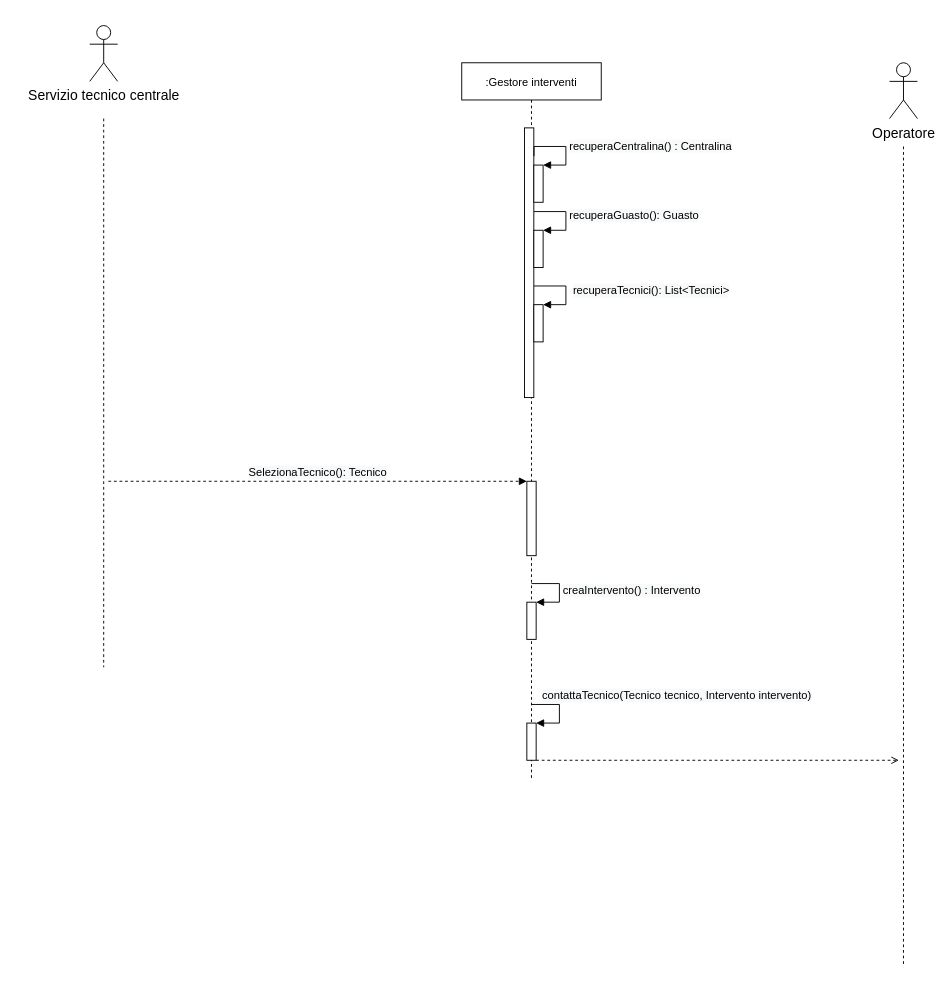
This is diagrammi_sequenza/gestione_interventi_2.drawio from mbeccari856608/architetturasw2024, a draw.io file, before an edit. Source tidied: cells renumbered, new cells numbered last; positions are measured from the earlier drawing's top-left corner, leaving out a move shared by most shapes. Both pictures are drawn from the tidied source at 93%, with x=0, y=0 at pixel (89, 25).
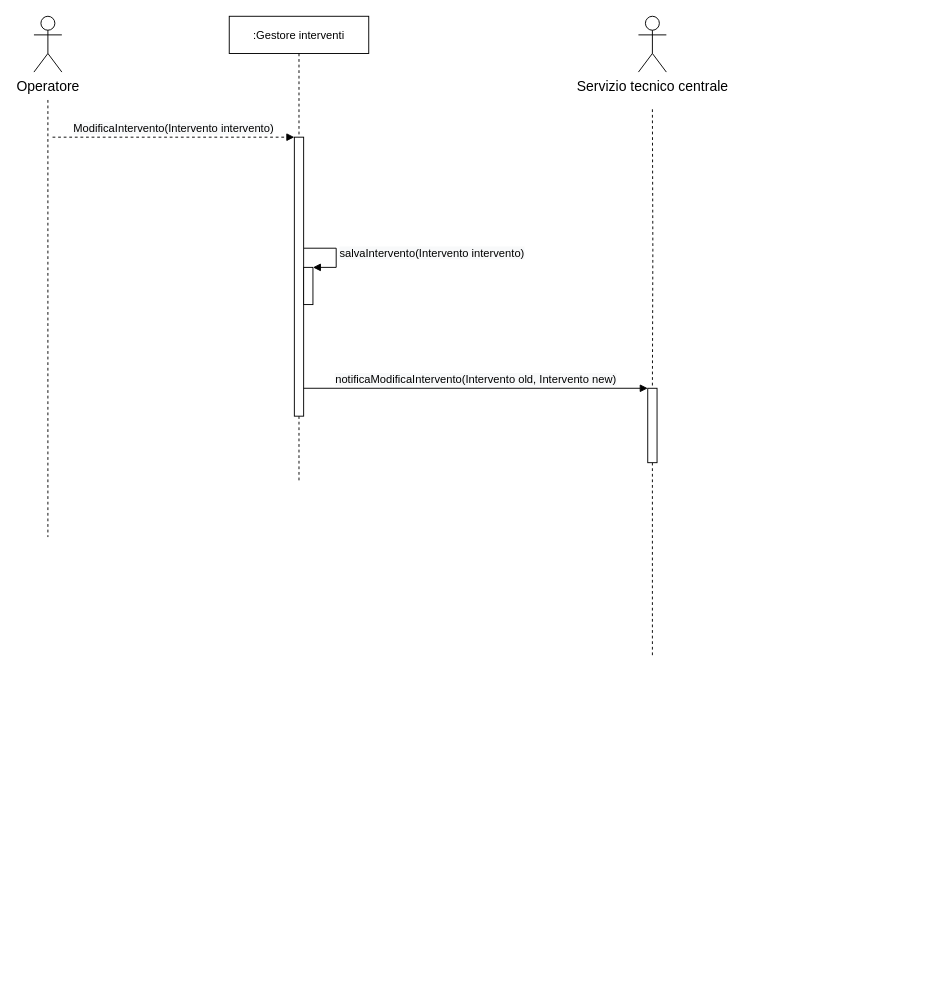
The same page after the edit.

Diff of the diagram source:
```diff
@@
     <mxCell id="2" value=":Gestore interventi" style="shape=umlLifeline;perimeter=lifelinePerimeter;rounded=0;shadow=0;strokeWidth=1;" parent="1" vertex="1">
-      <mxGeometry x="400" y="40" width="150" height="770" as="geometry" />
+      <mxGeometry x="150" y="-10" width="150" height="500" as="geometry" />
     </mxCell>
-    <mxCell id="3" style="points=[];perimeter=orthogonalPerimeter;rounded=0;shadow=0;strokeWidth=1;" parent="2" vertex="1">
-      <mxGeometry x="67.5" y="70" width="10" height="290" as="geometry" />
-    </mxCell>
-    <mxCell id="4" style="html=1;points=[];perimeter=orthogonalPerimeter;" parent="2" vertex="1">
-      <mxGeometry x="77.5" y="110" width="10" height="40" as="geometry" />
-    </mxCell>
-    <mxCell id="5" value="&lt;span style=&quot;font-size: 12px; background-color: rgb(248, 249, 250);&quot;&gt;recuperaCentralina() : Centralina&lt;/span&gt;" style="edgeStyle=orthogonalEdgeStyle;html=1;align=left;spacingLeft=2;endArrow=block;rounded=0;entryX=1;entryY=0;exitX=1.017;exitY=0.105;exitDx=0;exitDy=0;exitPerimeter=0;" parent="2" edge="1" source="3" target="4">
-      <mxGeometry relative="1" as="geometry">
-        <Array as="points">
-          <mxPoint x="112" y="90" />
-          <mxPoint x="112" y="110" />
-        </Array>
-      </mxGeometry>
-    </mxCell>
-    <mxCell id="6" style="html=1;points=[];perimeter=orthogonalPerimeter;" parent="2" vertex="1">
-      <mxGeometry x="77.5" y="180.1" width="10" height="40" as="geometry" />
-    </mxCell>
-    <mxCell id="7" value="&lt;span style=&quot;font-size: 12px; background-color: rgb(248, 249, 250);&quot;&gt;recuperaGuasto(): Guasto&lt;/span&gt;" style="edgeStyle=orthogonalEdgeStyle;html=1;align=left;spacingLeft=2;endArrow=block;rounded=0;entryX=1;entryY=0;exitX=1.017;exitY=0.105;exitDx=0;exitDy=0;exitPerimeter=0;" parent="2" edge="1" target="6">
-      <mxGeometry relative="1" as="geometry">
-        <mxPoint x="77.7" y="160" as="sourcePoint" />
-        <Array as="points">
-          <mxPoint x="112" y="160.1" />
-          <mxPoint x="112" y="180.1" />
-        </Array>
-      </mxGeometry>
-    </mxCell>
-    <mxCell id="8" style="html=1;points=[];perimeter=orthogonalPerimeter;" parent="2" vertex="1">
-      <mxGeometry x="77.5" y="260.1" width="10" height="40" as="geometry" />
-    </mxCell>
-    <mxCell id="9" value="&lt;p style=&quot;font-size: 12px; background-color: rgb(248, 249, 250); margin: 0px 0px 0px 4px;&quot;&gt;recuperaTecnici(): List&amp;lt;Tecnici&amp;gt;&lt;/p&gt;" style="edgeStyle=orthogonalEdgeStyle;html=1;align=left;spacingLeft=2;endArrow=block;rounded=0;entryX=1;entryY=0;exitX=1.017;exitY=0.105;exitDx=0;exitDy=0;exitPerimeter=0;" parent="2" edge="1" target="8">
-      <mxGeometry relative="1" as="geometry">
-        <mxPoint x="77.7" y="240" as="sourcePoint" />
-        <Array as="points">
-          <mxPoint x="112" y="240.1" />
-          <mxPoint x="112" y="260.1" />
-        </Array>
-      </mxGeometry>
-    </mxCell>
-    <mxCell id="10" style="html=1;points=[];perimeter=orthogonalPerimeter;" parent="2" vertex="1">
-      <mxGeometry x="70" y="450" width="10" height="80" as="geometry" />
-    </mxCell>
-    <mxCell id="11" value="&lt;span style=&quot;font-size: 12px; text-align: left; background-color: rgb(248, 249, 250);&quot;&gt;SelezionaTecnico(): Tecnico&lt;/span&gt;" style="html=1;verticalAlign=bottom;endArrow=block;entryX=0;entryY=0;rounded=0;dashed=1;" parent="2" edge="1" target="10">
-      <mxGeometry relative="1" as="geometry">
-        <mxPoint x="-380" y="450" as="sourcePoint" />
-      </mxGeometry>
-    </mxCell>
-    <mxCell id="12" style="html=1;points=[];perimeter=orthogonalPerimeter;" parent="2" vertex="1">
-      <mxGeometry x="70" y="710" width="10" height="40" as="geometry" />
-    </mxCell>
-    <mxCell id="13" style="edgeStyle=orthogonalEdgeStyle;html=1;align=left;spacingLeft=2;endArrow=block;rounded=0;entryX=1;entryY=0;" parent="2" edge="1" target="12">
-      <mxGeometry relative="1" as="geometry">
-        <mxPoint x="75" y="690" as="sourcePoint" />
-        <Array as="points">
-          <mxPoint x="105" y="690" />
-        </Array>
-      </mxGeometry>
-    </mxCell>
-    <mxCell id="14" value="&lt;span style=&quot;font-size: 12px; text-align: left; background-color: rgb(248, 249, 250);&quot;&gt;contattaTecnico(Tecnico tecnico, Intervento intervento)&lt;/span&gt;" style="edgeLabel;html=1;align=center;verticalAlign=middle;" parent="13" vertex="1">
-      <mxGeometry x="-0.4" y="1" relative="1" as="geometry">
-        <mxPoint x="132" y="-9" as="offset" />
-      </mxGeometry>
-    </mxCell>
+    <mxCell id="22" style="html=1;points=[];perimeter=orthogonalPerimeter;" parent="2" vertex="1">
+      <mxGeometry x="70" y="130" width="10" height="300" as="geometry" />
+    </mxCell>
+    <mxCell id="23" value="&lt;span style=&quot;font-size: 12px; text-align: left; background-color: rgb(248, 249, 250);&quot;&gt;ModificaIntervento(Intervento intervento)&lt;/span&gt;" style="html=1;verticalAlign=bottom;endArrow=block;entryX=0;entryY=0;rounded=0;dashed=1;" parent="2" edge="1" target="22">
+      <mxGeometry relative="1" as="geometry">
+        <mxPoint x="-190" y="130" as="sourcePoint" />
+      </mxGeometry>
+    </mxCell>
+    <mxCell id="24" style="html=1;points=[];perimeter=orthogonalPerimeter;" parent="2" vertex="1">
+      <mxGeometry x="80" y="270" width="10" height="40" as="geometry" />
+    </mxCell>
+    <mxCell id="25" value="&lt;span style=&quot;font-size: 12px; background-color: rgb(248, 249, 250);&quot;&gt;salvaIntervento(Intervento intervento)&lt;/span&gt;" style="edgeStyle=orthogonalEdgeStyle;html=1;align=left;spacingLeft=2;endArrow=block;rounded=0;entryX=1;entryY=0;exitX=1.033;exitY=0.398;exitDx=0;exitDy=0;exitPerimeter=0;" parent="2" edge="1" source="22" target="24">
+      <mxGeometry relative="1" as="geometry">
+        <Array as="points">
+          <mxPoint x="115" y="249" />
+          <mxPoint x="115" y="270" />
+        </Array>
+      </mxGeometry>
+    </mxCell>
-    <mxCell id="15" style="edgeStyle=orthogonalEdgeStyle;rounded=0;orthogonalLoop=1;jettySize=auto;html=1;endArrow=none;endFill=0;dashed=1;" parent="1" edge="1">
+    <mxCell id="15" style="edgeStyle=orthogonalEdgeStyle;rounded=0;jettySize=auto;html=1;endArrow=none;endFill=0;dashed=1;startArrow=none;" parent="1" edge="1" source="27">
       <mxGeometry relative="1" as="geometry">
-        <mxPoint x="15" y="100" as="sourcePoint" />
-        <mxPoint x="15" y="690" as="targetPoint" />
+        <mxPoint x="605" y="680" as="targetPoint" />
       </mxGeometry>
     </mxCell>
     <mxCell id="16" value="Servizio tecnico centrale" style="shape=umlActor;verticalLabelPosition=bottom;verticalAlign=top;html=1;strokeColor=#000000;fontSize=15;fillColor=#FFFFFF;" parent="1" vertex="1">
-      <mxGeometry width="30" height="60" as="geometry" />
+      <mxGeometry x="590" y="-10" width="30" height="60" as="geometry" />
     </mxCell>
-    <mxCell id="17" style="html=1;points=[];perimeter=orthogonalPerimeter;" parent="1" vertex="1">
-      <mxGeometry x="470" y="620" width="10" height="40" as="geometry" />
-    </mxCell>
-    <mxCell id="18" value="&lt;span style=&quot;font-size: 12px; background-color: rgb(248, 249, 250);&quot;&gt;creaIntervento() : Intervento&lt;/span&gt;" style="edgeStyle=orthogonalEdgeStyle;html=1;align=left;spacingLeft=2;endArrow=block;rounded=0;entryX=1;entryY=0;" parent="1" edge="1" target="17">
-      <mxGeometry relative="1" as="geometry">
-        <mxPoint x="475" y="600" as="sourcePoint" />
-        <Array as="points">
-          <mxPoint x="505" y="600" />
-        </Array>
-      </mxGeometry>
-    </mxCell>
     <mxCell id="19" style="edgeStyle=orthogonalEdgeStyle;rounded=0;orthogonalLoop=1;jettySize=auto;html=1;endArrow=none;endFill=0;dashed=1;" parent="1" edge="1">
       <mxGeometry relative="1" as="geometry">
-        <mxPoint x="875" y="130" as="sourcePoint" />
-        <mxPoint x="875" y="1010" as="targetPoint" />
+        <mxPoint x="-45" y="80" as="sourcePoint" />
+        <mxPoint x="-45" y="550" as="targetPoint" />
       </mxGeometry>
     </mxCell>
     <mxCell id="20" value="Operatore" style="shape=umlActor;verticalLabelPosition=bottom;verticalAlign=top;html=1;strokeColor=#000000;fontSize=15;fillColor=#FFFFFF;" parent="1" vertex="1">
-      <mxGeometry x="860" y="40" width="30" height="60" as="geometry" />
+      <mxGeometry x="-60" y="-10" width="30" height="60" as="geometry" />
     </mxCell>
-    <mxCell id="21" style="edgeStyle=orthogonalEdgeStyle;rounded=0;jettySize=auto;html=1;endArrow=open;endFill=0;dashed=1;" parent="1" edge="1" source="12">
-      <mxGeometry relative="1" as="geometry">
-        <mxPoint x="870" y="790" as="targetPoint" />
-        <Array as="points">
-          <mxPoint x="870" y="790" />
-        </Array>
-      </mxGeometry>
-    </mxCell>
+    <mxCell id="26" value="&lt;span style=&quot;font-size: 12px; text-align: left; background-color: rgb(248, 249, 250);&quot;&gt;notificaModificaIntervento(Intervento old, Intervento new)&lt;/span&gt;" style="html=1;verticalAlign=bottom;endArrow=block;entryX=0;entryY=0;rounded=0;" parent="1" edge="1" target="27">
+      <mxGeometry relative="1" as="geometry">
+        <mxPoint x="230" y="390" as="sourcePoint" />
+      </mxGeometry>
+    </mxCell>
+    <mxCell id="27" style="html=1;points=[];perimeter=orthogonalPerimeter;" parent="1" vertex="1">
+      <mxGeometry x="600" y="390" width="10" height="80" as="geometry" />
+    </mxCell>
+    <mxCell id="28" style="edgeStyle=orthogonalEdgeStyle;rounded=0;jettySize=auto;html=1;endArrow=none;endFill=0;dashed=1;" parent="1" edge="1" target="27">
+      <mxGeometry relative="1" as="geometry">
+        <mxPoint x="605" y="90" as="sourcePoint" />
+      </mxGeometry>
+    </mxCell>
```
